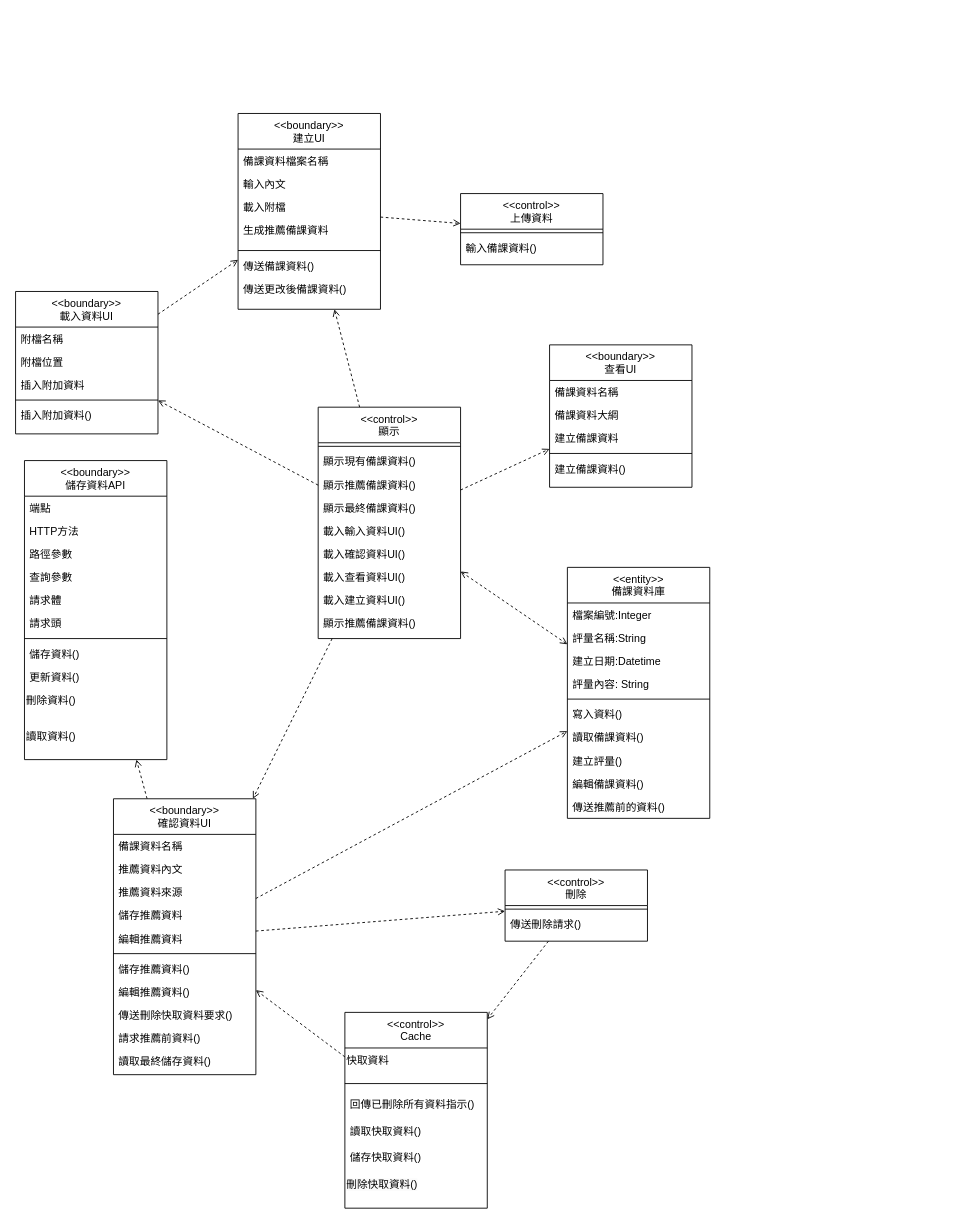
Earlier version of the draw.io diagram 類別圖(建立備課資料)修改.drawio (Kevincheng0804/System-analysis). Source tidied: cells renumbered, new cells numbered last; positions are measured from the earlier drawing's top-left corner, leaving out a move shared by most shapes. Both pictures are drawn from the tidied source at 89%, with x=0, y=0 at pixel (15, 113).
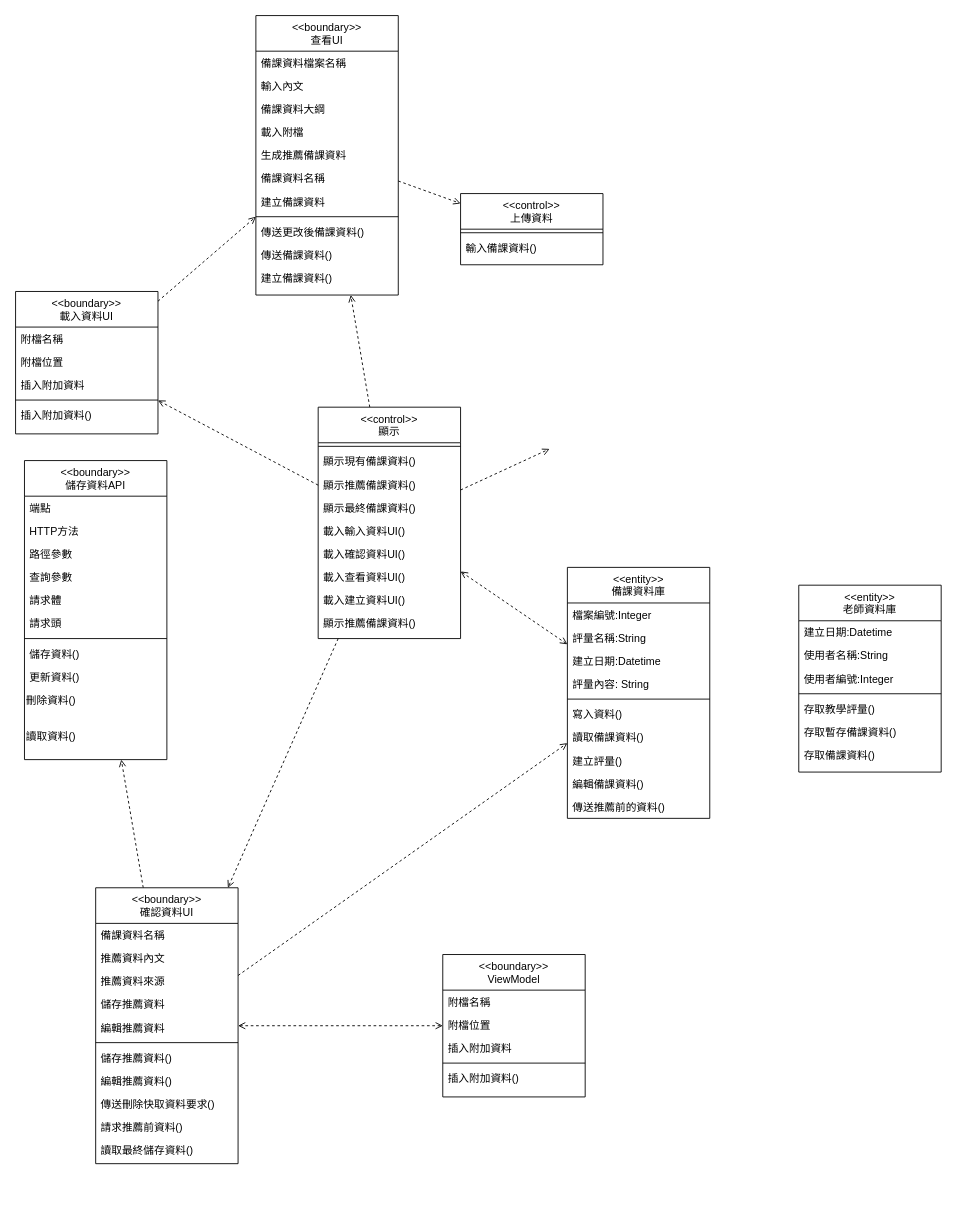
The same diagram, later.

The change refers to these unchanged cells:
```xml
<mxCell id="63" value="&lt;&lt;control&gt;&gt;&#10;顯示" style="swimlane;fontStyle=0;align=center;verticalAlign=top;horizontal=1;startSize=40;rounded=0;shadow=0;strokeWidth=1;" parent="1" vertex="1">
  <mxGeometry x="340" y="330" width="160" height="260" as="geometry" />
</mxCell>
```

Change to the diagram source:
```diff
@@
-    <mxCell id="2" value="&lt;&lt;boundary&gt;&gt;&#10;查看UI" style="swimlane;fontStyle=0;align=center;verticalAlign=top;horizontal=1;startSize=40;rounded=0;shadow=0;strokeWidth=1;" parent="1" vertex="1">
-      <mxGeometry x="600" y="260" width="160" height="160" as="geometry" />
-    </mxCell>
-    <mxCell id="3" value="備課資料名稱" style="text;align=left;verticalAlign=top;spacingLeft=4;spacingRight=4;overflow=hidden;rounded=0;shadow=0;html=0;" parent="2" vertex="1">
-      <mxGeometry y="40" width="160" height="26" as="geometry" />
-    </mxCell>
-    <mxCell id="4" value="備課資料大綱 " style="text;align=left;verticalAlign=top;spacingLeft=4;spacingRight=4;overflow=hidden;" parent="2" vertex="1">
-      <mxGeometry y="66" width="160" height="26" as="geometry" />
-    </mxCell>
-    <mxCell id="5" value="建立備課資料" style="text;align=left;verticalAlign=top;spacingLeft=4;spacingRight=4;overflow=hidden;rounded=0;shadow=0;html=0;" parent="2" vertex="1">
-      <mxGeometry y="92" width="160" height="26" as="geometry" />
-    </mxCell>
-    <mxCell id="6" style="line;html=1;strokeWidth=1;align=left;verticalAlign=middle;spacingTop=-1;spacingLeft=3;spacingRight=3;labelPosition=right;" parent="2" vertex="1">
-      <mxGeometry y="118" width="160" height="8" as="geometry" />
-    </mxCell>
-    <mxCell id="7" value="建立備課資料()" style="text;align=left;verticalAlign=top;spacingLeft=4;spacingRight=4;overflow=hidden;" parent="2" vertex="1">
-      <mxGeometry y="126" width="160" height="26" as="geometry" />
-    </mxCell>
@@
-    <mxCell id="16" value="&lt;&lt;boundary&gt;&gt;&#10;建立UI" style="swimlane;fontStyle=0;align=center;verticalAlign=top;horizontal=1;startSize=40;rounded=0;shadow=0;strokeWidth=1;" parent="1" vertex="1">
-      <mxGeometry x="250" width="160" height="220" as="geometry" />
+    <mxCell id="16" value="&lt;&lt;boundary&gt;&gt;&#10;查看UI" style="swimlane;fontStyle=0;align=center;verticalAlign=top;horizontal=1;startSize=40;rounded=0;shadow=0;strokeWidth=1;" parent="1" vertex="1">
+      <mxGeometry x="270" y="-110" width="160" height="314" as="geometry" />
     </mxCell>
@@
+    <mxCell id="4" value="備課資料大綱 " style="text;align=left;verticalAlign=top;spacingLeft=4;spacingRight=4;overflow=hidden;" parent="16" vertex="1">
+      <mxGeometry y="92" width="160" height="26" as="geometry" />
+    </mxCell>
     <mxCell id="19" value="載入附檔" style="text;align=left;verticalAlign=top;spacingLeft=4;spacingRight=4;overflow=hidden;rounded=0;shadow=0;html=0;" parent="16" vertex="1">
-      <mxGeometry y="92" width="160" height="26" as="geometry" />
+      <mxGeometry y="118" width="160" height="26" as="geometry" />
     </mxCell>
     <mxCell id="20" value="生成推薦備課資料" style="text;align=left;verticalAlign=top;spacingLeft=4;spacingRight=4;overflow=hidden;rounded=0;shadow=0;html=0;" parent="16" vertex="1">
-      <mxGeometry y="118" width="160" height="32" as="geometry" />
+      <mxGeometry y="144" width="160" height="26" as="geometry" />
     </mxCell>
+    <mxCell id="3" value="備課資料名稱" style="text;align=left;verticalAlign=top;spacingLeft=4;spacingRight=4;overflow=hidden;rounded=0;shadow=0;html=0;" parent="16" vertex="1">
+      <mxGeometry y="170" width="160" height="26" as="geometry" />
+    </mxCell>
+    <mxCell id="5" value="建立備課資料" style="text;align=left;verticalAlign=top;spacingLeft=4;spacingRight=4;overflow=hidden;rounded=0;shadow=0;html=0;" parent="16" vertex="1">
+      <mxGeometry y="196" width="160" height="26" as="geometry" />
+    </mxCell>
     <mxCell id="21" style="line;html=1;strokeWidth=1;align=left;verticalAlign=middle;spacingTop=-1;spacingLeft=3;spacingRight=3;labelPosition=right;" parent="16" vertex="1">
-      <mxGeometry y="150" width="160" height="8" as="geometry" />
+      <mxGeometry y="222" width="160" height="8" as="geometry" />
     </mxCell>
+    <mxCell id="23" value="傳送更改後備課資料()" style="text;align=left;verticalAlign=top;spacingLeft=4;spacingRight=4;overflow=hidden;" parent="16" vertex="1">
+      <mxGeometry y="230" width="160" height="26" as="geometry" />
+    </mxCell>
     <mxCell id="22" value="傳送備課資料()" style="text;align=left;verticalAlign=top;spacingLeft=4;spacingRight=4;overflow=hidden;" parent="16" vertex="1">
-      <mxGeometry y="158" width="160" height="26" as="geometry" />
+      <mxGeometry y="256" width="160" height="26" as="geometry" />
     </mxCell>
-    <mxCell id="23" value="傳送更改後備課資料()" style="text;align=left;verticalAlign=top;spacingLeft=4;spacingRight=4;overflow=hidden;" parent="16" vertex="1">
-      <mxGeometry y="184" width="160" height="26" as="geometry" />
-    </mxCell>
+    <mxCell id="7" value="建立備課資料()" style="text;align=left;verticalAlign=top;spacingLeft=4;spacingRight=4;overflow=hidden;" parent="16" vertex="1">
+      <mxGeometry y="282" width="160" height="26" as="geometry" />
+    </mxCell>
@@
-    <mxCell id="25" style="edgeStyle=none;html=1;dashed=1;fontColor=#FFFFFF;endArrow=open;endFill=0;" parent="1" edge="1" source="27" target="52">
-      <mxGeometry relative="1" as="geometry" />
-    </mxCell>
@@
+    <mxCell id="92" style="edgeStyle=none;html=1;dashed=1;startArrow=open;startFill=0;endArrow=open;endFill=0;" parent="1" edge="1" source="27" target="93">
+      <mxGeometry relative="1" as="geometry" />
+    </mxCell>
     <mxCell id="27" value="&lt;&lt;boundary&gt;&gt;&#10;確認資料UI" style="swimlane;fontStyle=0;align=center;verticalAlign=top;horizontal=1;startSize=40;rounded=0;shadow=0;strokeWidth=1;" parent="1" vertex="1">
-      <mxGeometry x="110" y="770" width="160" height="310" as="geometry" />
+      <mxGeometry x="90" y="870" width="160" height="310" as="geometry" />
     </mxCell>
@@
-    <mxCell id="51" style="edgeStyle=none;html=1;dashed=1;fontColor=#FFFFFF;endArrow=open;endFill=0;" parent="1" edge="1" source="52" target="74">
-      <mxGeometry relative="1" as="geometry" />
-    </mxCell>
-    <mxCell id="52" value="&lt;&lt;control&gt;&gt;&#10;刪除" style="swimlane;fontStyle=0;align=center;verticalAlign=top;horizontal=1;startSize=40;rounded=0;shadow=0;strokeWidth=1;" parent="1" vertex="1">
-      <mxGeometry x="550" y="850" width="160" height="80" as="geometry" />
-    </mxCell>
-    <mxCell id="53" style="line;html=1;strokeWidth=1;align=left;verticalAlign=middle;spacingTop=-1;spacingLeft=3;spacingRight=3;labelPosition=right;" parent="52" vertex="1">
-      <mxGeometry y="40" width="160" height="8" as="geometry" />
-    </mxCell>
-    <mxCell id="54" value="傳送刪除請求()" style="text;align=left;verticalAlign=top;spacingLeft=4;spacingRight=4;overflow=hidden;" parent="52" vertex="1">
-      <mxGeometry y="48" width="160" height="26" as="geometry" />
-    </mxCell>
@@
-    <mxCell id="60" style="edgeStyle=none;html=1;dashed=1;endArrow=open;endFill=0;" parent="1" edge="1" source="63" target="2">
-      <mxGeometry relative="1" as="geometry" />
+    <mxCell id="60" style="edgeStyle=none;html=1;dashed=1;endArrow=open;endFill=0;" parent="1" edge="1" source="63">
+      <mxGeometry relative="1" as="geometry">
+        <mxPoint x="600" y="376.9" as="targetPoint" />
+      </mxGeometry>
     </mxCell>
@@
-    <mxCell id="73" style="edgeStyle=none;html=1;dashed=1;fontColor=#FFFFFF;endArrow=open;endFill=0;" parent="1" edge="1" source="74" target="27">
-      <mxGeometry relative="1" as="geometry" />
-    </mxCell>
-    <mxCell id="74" value="&lt;&lt;control&gt;&gt;&#10;Cache" style="swimlane;fontStyle=0;align=center;verticalAlign=top;horizontal=1;startSize=40;rounded=0;shadow=0;strokeWidth=1;" parent="1" vertex="1">
-      <mxGeometry x="370" y="1010" width="160" height="220" as="geometry" />
-    </mxCell>
-    <mxCell id="75" value="快取資料" style="text;html=1;align=left;verticalAlign=middle;strokeColor=none;fillColor=none;" parent="74" vertex="1">
-      <mxGeometry y="40" width="160" height="30" as="geometry" />
-    </mxCell>
-    <mxCell id="76" style="line;html=1;strokeWidth=1;align=left;verticalAlign=middle;spacingTop=-1;spacingLeft=3;spacingRight=3;labelPosition=right;" parent="74" vertex="1">
-      <mxGeometry y="70" width="160" height="20" as="geometry" />
-    </mxCell>
-    <mxCell id="77" value="回傳已刪除所有資料指示()&#10;&#10;" style="text;align=left;verticalAlign=top;spacingLeft=4;spacingRight=4;overflow=hidden;" parent="74" vertex="1">
-      <mxGeometry y="90" width="160" height="30" as="geometry" />
-    </mxCell>
-    <mxCell id="78" value="讀取快取資料()" style="text;align=left;verticalAlign=top;spacingLeft=4;spacingRight=4;overflow=hidden;" parent="74" vertex="1">
-      <mxGeometry y="120" width="160" height="30" as="geometry" />
-    </mxCell>
-    <mxCell id="79" value="儲存快取資料()" style="text;align=left;verticalAlign=top;spacingLeft=4;spacingRight=4;overflow=hidden;" parent="74" vertex="1">
-      <mxGeometry y="150" width="160" height="30" as="geometry" />
-    </mxCell>
-    <mxCell id="80" value="&lt;span style=&quot;color: rgb(0, 0, 0); font-family: Helvetica; font-size: 12px; font-style: normal; font-variant-ligatures: normal; font-variant-caps: normal; font-weight: 400; letter-spacing: normal; orphans: 2; text-align: left; text-indent: 0px; text-transform: none; widows: 2; word-spacing: 0px; -webkit-text-stroke-width: 0px; white-space: nowrap; background-color: rgb(251, 251, 251); text-decoration-thickness: initial; text-decoration-style: initial; text-decoration-color: initial; display: inline !important; float: none;&quot;&gt;刪除快取資料()&lt;/span&gt;" style="text;whiteSpace=wrap;html=1;" parent="74" vertex="1">
-      <mxGeometry y="180" width="160" height="40" as="geometry" />
-    </mxCell>
@@
+    <mxCell id="93" value="&lt;&lt;boundary&gt;&gt;&#10;ViewModel" style="swimlane;fontStyle=0;align=center;verticalAlign=top;horizontal=1;startSize=40;rounded=0;shadow=0;strokeWidth=1;" parent="1" vertex="1">
+      <mxGeometry x="480" y="945" width="160" height="160" as="geometry" />
+    </mxCell>
+    <mxCell id="94" value="附檔名稱" style="text;align=left;verticalAlign=top;spacingLeft=4;spacingRight=4;overflow=hidden;rounded=0;shadow=0;html=0;" parent="93" vertex="1">
+      <mxGeometry y="40" width="160" height="26" as="geometry" />
+    </mxCell>
+    <mxCell id="95" value="附檔位置" style="text;align=left;verticalAlign=top;spacingLeft=4;spacingRight=4;overflow=hidden;" parent="93" vertex="1">
+      <mxGeometry y="66" width="160" height="26" as="geometry" />
+    </mxCell>
+    <mxCell id="96" value="插入附加資料" style="text;align=left;verticalAlign=top;spacingLeft=4;spacingRight=4;overflow=hidden;rounded=0;shadow=0;html=0;" parent="93" vertex="1">
+      <mxGeometry y="92" width="160" height="26" as="geometry" />
+    </mxCell>
+    <mxCell id="97" style="line;html=1;strokeWidth=1;align=left;verticalAlign=middle;spacingTop=-1;spacingLeft=3;spacingRight=3;labelPosition=right;" parent="93" vertex="1">
+      <mxGeometry y="118" width="160" height="8" as="geometry" />
+    </mxCell>
+    <mxCell id="98" value="插入附加資料()" style="text;align=left;verticalAlign=top;spacingLeft=4;spacingRight=4;overflow=hidden;" parent="93" vertex="1">
+      <mxGeometry y="126" width="160" height="26" as="geometry" />
+    </mxCell>
+    <mxCell id="99" value="&lt;&lt;entity&gt;&gt;&#10;老師資料庫" style="swimlane;fontStyle=0;align=center;verticalAlign=top;horizontal=1;startSize=40;rounded=0;shadow=0;strokeWidth=1;" parent="1" vertex="1">
+      <mxGeometry x="880" y="530" width="160" height="210" as="geometry" />
+    </mxCell>
+    <mxCell id="100" value="建立日期:Datetime" style="text;align=left;verticalAlign=top;spacingLeft=4;spacingRight=4;overflow=hidden;rounded=0;shadow=0;html=0;" parent="99" vertex="1">
+      <mxGeometry y="40" width="160" height="26" as="geometry" />
+    </mxCell>
+    <mxCell id="101" value="使用者名稱:String" style="text;align=left;verticalAlign=top;spacingLeft=4;spacingRight=4;overflow=hidden;" parent="99" vertex="1">
+      <mxGeometry y="66" width="160" height="26" as="geometry" />
+    </mxCell>
+    <mxCell id="102" value="使用者編號:Integer" style="text;align=left;verticalAlign=top;spacingLeft=4;spacingRight=4;overflow=hidden;rounded=0;shadow=0;html=0;" parent="99" vertex="1">
+      <mxGeometry y="92" width="160" height="26" as="geometry" />
+    </mxCell>
+    <mxCell id="103" style="line;html=1;strokeWidth=1;align=left;verticalAlign=middle;spacingTop=-1;spacingLeft=3;spacingRight=3;labelPosition=right;" parent="99" vertex="1">
+      <mxGeometry y="118" width="160" height="8" as="geometry" />
+    </mxCell>
+    <mxCell id="104" value="存取教學評量()" style="text;align=left;verticalAlign=top;spacingLeft=4;spacingRight=4;overflow=hidden;" parent="99" vertex="1">
+      <mxGeometry y="126" width="160" height="26" as="geometry" />
+    </mxCell>
+    <mxCell id="105" value="存取暫存備課資料()" style="text;align=left;verticalAlign=top;spacingLeft=4;spacingRight=4;overflow=hidden;" parent="99" vertex="1">
+      <mxGeometry y="152" width="160" height="26" as="geometry" />
+    </mxCell>
+    <mxCell id="106" value="存取備課資料()" style="text;align=left;verticalAlign=top;spacingLeft=4;spacingRight=4;overflow=hidden;" parent="99" vertex="1">
+      <mxGeometry y="178" width="160" height="26" as="geometry" />
+    </mxCell>
```
